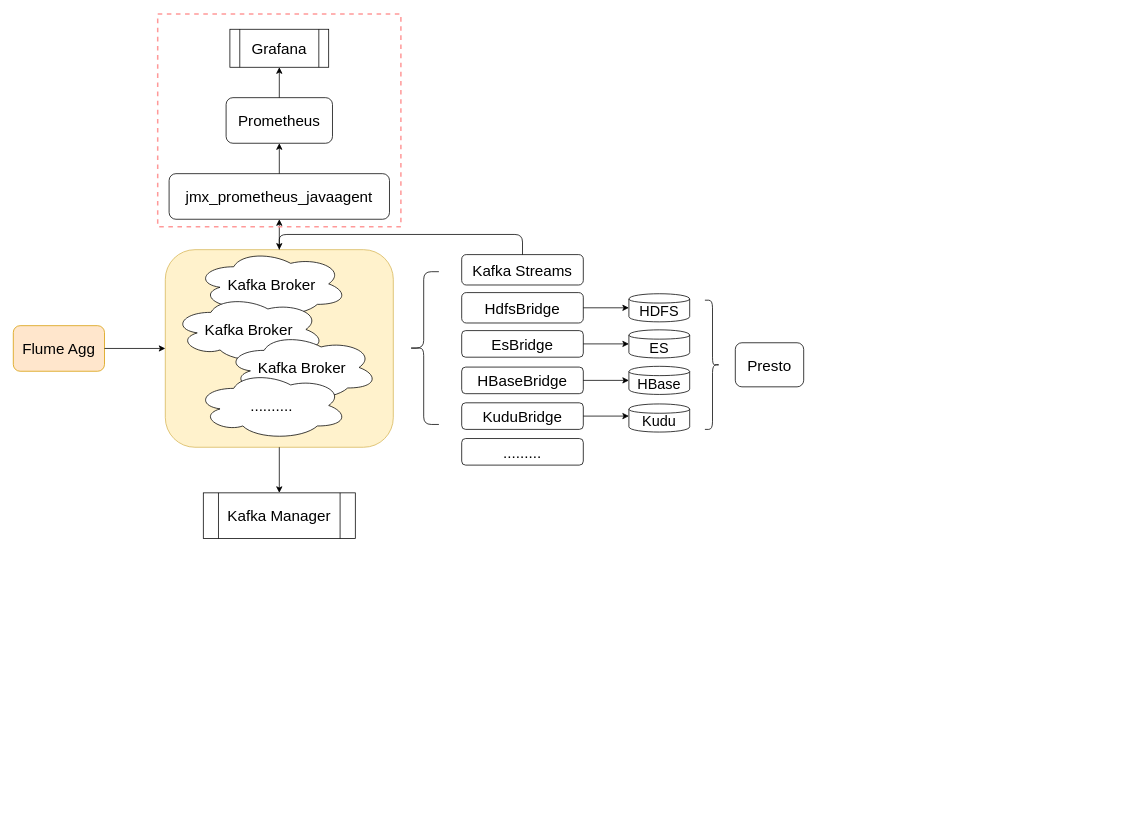
Above: map/kafka-architecture.drawio in imperio-wxm/draw (draw.io), before the change. Source tidied: cells renumbered, new cells numbered last; positions are measured from the earlier drawing's top-left corner, leaving out a move shared by most shapes. Both pictures are drawn from the tidied source at 76%, with x=0, y=0 at pixel (13, 14).
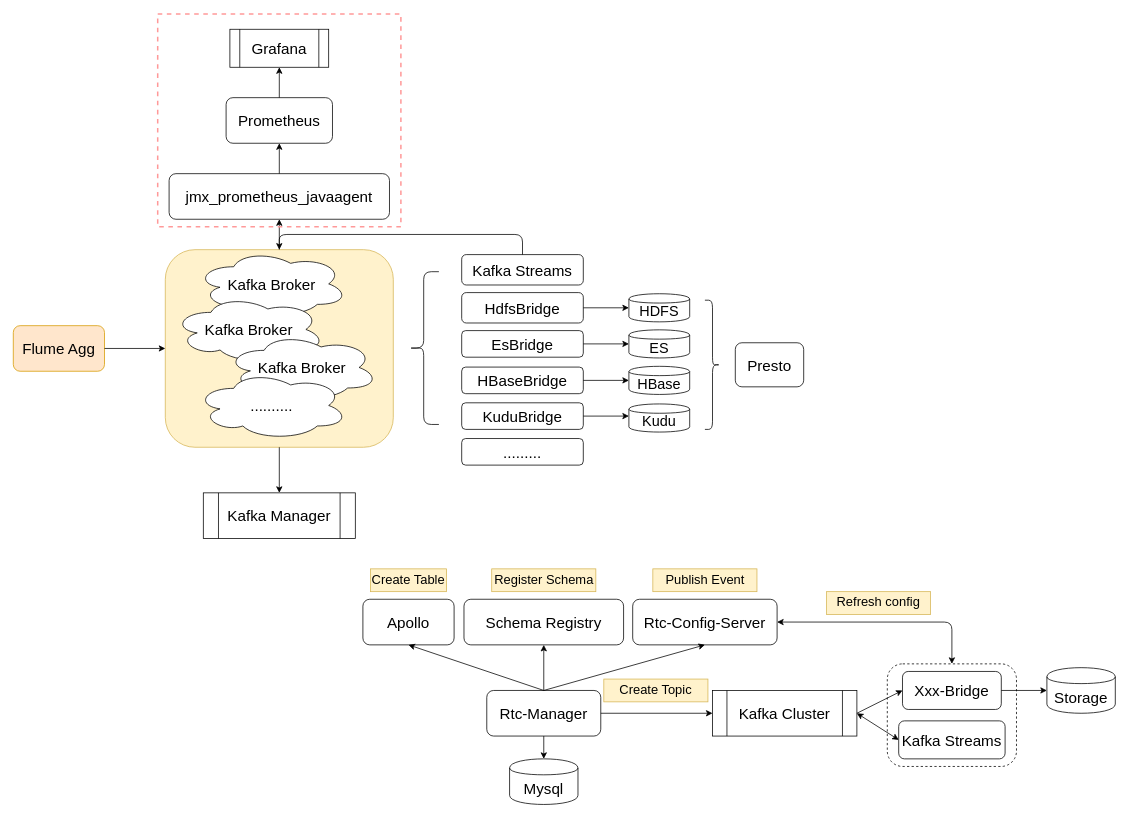
After the change.

What changed in the source:
```diff
@@
+    <mxCell id="36" style="rounded=1;whiteSpace=wrap;html=1;strokeColor=#000000;strokeWidth=1;fillColor=none;dashed=1;" parent="1" vertex="1">
+      <mxGeometry x="1150" y="855" width="170" height="135" as="geometry" />
+    </mxCell>
@@
+    <mxCell id="37" value="&lt;font style=&quot;font-size: 20px&quot;&gt;Rtc-Manager&lt;/font&gt;" style="rounded=1;whiteSpace=wrap;html=1;strokeColor=#000000;strokeWidth=1;fillColor=none;" parent="1" vertex="1">
+      <mxGeometry x="623" y="890" width="150" height="60" as="geometry" />
+    </mxCell>
+    <mxCell id="38" value="&lt;font style=&quot;font-size: 20px&quot;&gt;Rtc-Config-Server&lt;/font&gt;" style="rounded=1;whiteSpace=wrap;html=1;strokeColor=#000000;strokeWidth=1;fillColor=none;" parent="1" vertex="1">
+      <mxGeometry x="815" y="770" width="190" height="60" as="geometry" />
+    </mxCell>
+    <mxCell id="39" value="&lt;font style=&quot;font-size: 20px&quot;&gt;Schema Registry&lt;/font&gt;" style="rounded=1;whiteSpace=wrap;html=1;strokeColor=#000000;strokeWidth=1;fillColor=none;" parent="1" vertex="1">
+      <mxGeometry x="593" y="770" width="210" height="60" as="geometry" />
+    </mxCell>
+    <mxCell id="40" value="&lt;font style=&quot;font-size: 20px&quot;&gt;Kafka Cluster&lt;/font&gt;" style="shape=process;whiteSpace=wrap;html=1;backgroundOutline=1;strokeColor=#000000;strokeWidth=1;fillColor=none;" parent="1" vertex="1">
+      <mxGeometry x="920" y="890" width="190" height="60" as="geometry" />
+    </mxCell>
+    <mxCell id="41" value="&lt;font style=&quot;font-size: 20px&quot;&gt;Apollo&lt;/font&gt;" style="rounded=1;whiteSpace=wrap;html=1;strokeColor=#000000;strokeWidth=1;fillColor=none;" parent="1" vertex="1">
+      <mxGeometry x="460" y="770" width="120" height="60" as="geometry" />
+    </mxCell>
+    <mxCell id="42" value="&lt;font style=&quot;font-size: 20px&quot;&gt;Mysql&lt;/font&gt;" style="shape=cylinder;whiteSpace=wrap;html=1;boundedLbl=1;backgroundOutline=1;strokeColor=#000000;strokeWidth=1;fillColor=none;" parent="1" vertex="1">
+      <mxGeometry x="653" y="980" width="90" height="60" as="geometry" />
+    </mxCell>
+    <mxCell id="43" style="endArrow=classic;html=1;exitX=0.5;exitY=1;exitDx=0;exitDy=0;" parent="1" edge="1" source="37" target="42">
+      <mxGeometry relative="1" as="geometry" />
+    </mxCell>
+    <mxCell id="44" style="endArrow=classic;html=1;exitX=0.5;exitY=0;exitDx=0;exitDy=0;entryX=0.5;entryY=1;entryDx=0;entryDy=0;" parent="1" edge="1" source="37" target="41">
+      <mxGeometry relative="1" as="geometry" />
+    </mxCell>
+    <mxCell id="45" style="endArrow=classic;html=1;exitX=0.5;exitY=0;exitDx=0;exitDy=0;entryX=0.5;entryY=1;entryDx=0;entryDy=0;" parent="1" edge="1" source="37" target="39">
+      <mxGeometry relative="1" as="geometry" />
+    </mxCell>
+    <mxCell id="46" style="endArrow=classic;html=1;exitX=0.5;exitY=0;exitDx=0;exitDy=0;entryX=0.5;entryY=1;entryDx=0;entryDy=0;" parent="1" edge="1" source="37" target="38">
+      <mxGeometry relative="1" as="geometry" />
+    </mxCell>
+    <mxCell id="47" value="&lt;font style=&quot;font-size: 17px&quot;&gt;Create Table&lt;/font&gt;" style="text;html=1;strokeColor=#d6b656;fillColor=#fff2cc;align=center;verticalAlign=middle;whiteSpace=wrap;rounded=0;" parent="1" vertex="1">
+      <mxGeometry x="470" y="730" width="100" height="30" as="geometry" />
+    </mxCell>
+    <mxCell id="48" value="&lt;font style=&quot;font-size: 17px&quot;&gt;Register Schema&lt;/font&gt;" style="text;html=1;strokeColor=#d6b656;fillColor=#fff2cc;align=center;verticalAlign=middle;whiteSpace=wrap;rounded=0;" parent="1" vertex="1">
+      <mxGeometry x="629.5" y="730" width="137" height="30" as="geometry" />
+    </mxCell>
+    <mxCell id="49" value="&lt;font style=&quot;font-size: 17px&quot;&gt;Publish Event&lt;/font&gt;" style="text;html=1;strokeColor=#d6b656;fillColor=#fff2cc;align=center;verticalAlign=middle;whiteSpace=wrap;rounded=0;" parent="1" vertex="1">
+      <mxGeometry x="841.5" y="730" width="137" height="30" as="geometry" />
+    </mxCell>
+    <mxCell id="50" style="endArrow=classic;html=1;exitX=1;exitY=0.5;exitDx=0;exitDy=0;entryX=0;entryY=0.5;entryDx=0;entryDy=0;" parent="1" edge="1" source="37" target="40">
+      <mxGeometry relative="1" as="geometry" />
+    </mxCell>
+    <mxCell id="51" value="&lt;font style=&quot;font-size: 17px&quot;&gt;Create Topic&lt;/font&gt;" style="text;html=1;strokeColor=#d6b656;fillColor=#fff2cc;align=center;verticalAlign=middle;whiteSpace=wrap;rounded=0;" parent="1" vertex="1">
+      <mxGeometry x="777" y="875" width="137" height="30" as="geometry" />
+    </mxCell>
+    <mxCell id="52" value="&lt;font style=&quot;font-size: 20px&quot;&gt;Xxx-Bridge&lt;/font&gt;" style="rounded=1;whiteSpace=wrap;html=1;strokeColor=#000000;strokeWidth=1;fillColor=none;" parent="1" vertex="1">
+      <mxGeometry x="1170" y="865" width="130" height="50" as="geometry" />
+    </mxCell>
+    <mxCell id="53" style="edgeStyle=elbowEdgeStyle;elbow=vertical;endArrow=classic;html=1;entryX=1;entryY=0.5;entryDx=0;entryDy=0;startArrow=classic;startFill=1;exitX=0.5;exitY=0;exitDx=0;exitDy=0;" parent="1" edge="1" source="36" target="38">
+      <mxGeometry relative="1" as="geometry">
+        <Array as="points">
+          <mxPoint x="1130" y="800" />
+        </Array>
+      </mxGeometry>
+    </mxCell>
+    <mxCell id="54" value="&lt;font style=&quot;font-size: 17px&quot;&gt;Refresh config&lt;/font&gt;" style="text;html=1;strokeColor=#d6b656;fillColor=#fff2cc;align=center;verticalAlign=middle;whiteSpace=wrap;rounded=0;" parent="1" vertex="1">
+      <mxGeometry x="1070" y="760" width="137" height="30" as="geometry" />
+    </mxCell>
+    <mxCell id="55" value="&lt;span style=&quot;font-family: &amp;#34;microsoft yahei&amp;#34; , &amp;#34;arial&amp;#34; , &amp;#34;helvetica&amp;#34; , sans-serif ; text-align: left ; background-color: rgb(255 , 255 , 255)&quot;&gt;&lt;font style=&quot;font-size: 20px&quot;&gt;Storage&lt;/font&gt;&lt;/span&gt;" style="shape=cylinder;whiteSpace=wrap;html=1;boundedLbl=1;backgroundOutline=1;strokeColor=#000000;strokeWidth=1;fillColor=none;" parent="1" vertex="1">
+      <mxGeometry x="1360" y="860" width="90" height="60" as="geometry" />
+    </mxCell>
+    <mxCell id="56" value="&lt;font style=&quot;font-size: 20px&quot;&gt;Kafka Streams&lt;/font&gt;" style="rounded=1;whiteSpace=wrap;html=1;strokeColor=#000000;strokeWidth=1;fillColor=none;" parent="1" vertex="1">
+      <mxGeometry x="1165" y="930" width="140" height="50" as="geometry" />
+    </mxCell>
+    <mxCell id="57" style="endArrow=classic;startArrow=classic;html=1;exitX=1;exitY=0.5;exitDx=0;exitDy=0;entryX=0;entryY=0.5;entryDx=0;entryDy=0;" parent="1" edge="1" source="40" target="56">
+      <mxGeometry relative="1" as="geometry" />
+    </mxCell>
+    <mxCell id="58" style="endArrow=classic;html=1;exitX=1;exitY=0.5;exitDx=0;exitDy=0;entryX=0;entryY=0.5;entryDx=0;entryDy=0;" parent="1" edge="1" source="40" target="52">
+      <mxGeometry relative="1" as="geometry" />
+    </mxCell>
+    <mxCell id="59" style="endArrow=classic;html=1;exitX=1;exitY=0.5;exitDx=0;exitDy=0;" parent="1" edge="1" source="52" target="55">
+      <mxGeometry relative="1" as="geometry" />
+    </mxCell>
```
